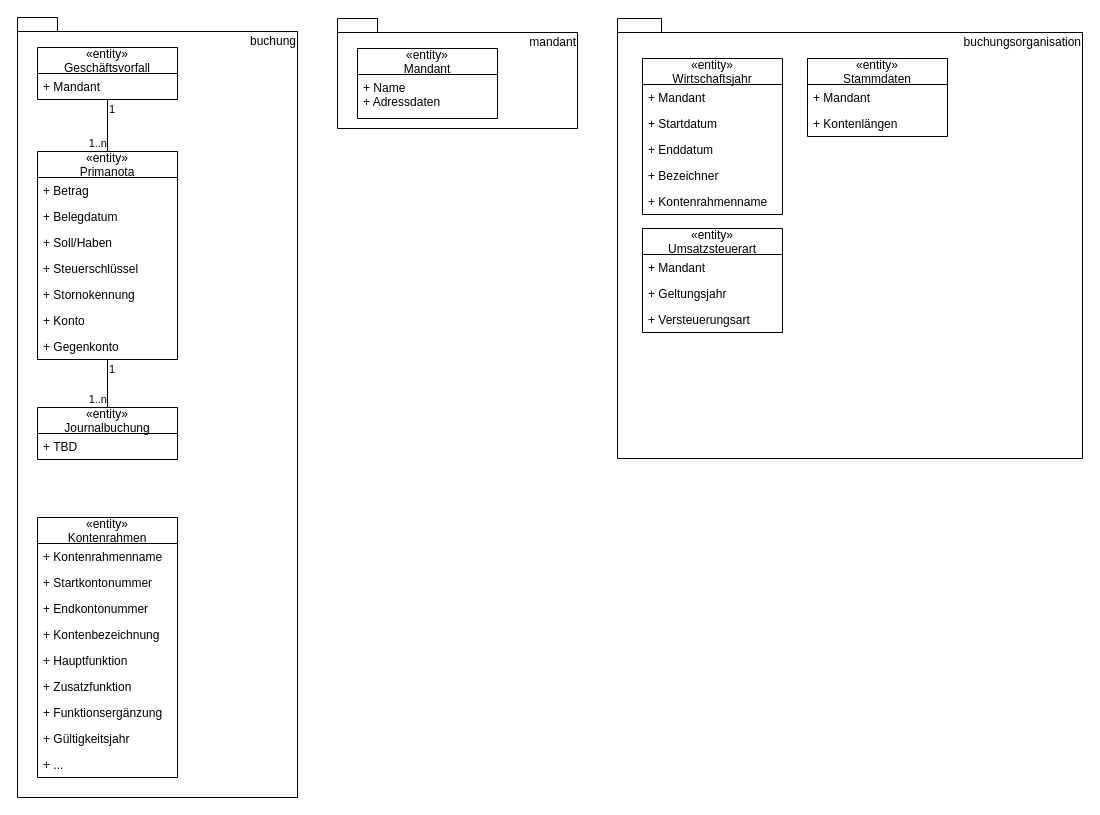
DirkPodolakEssquare/agenda keeps this draw.io diagram as page "Datenmodelle" (4 of 5) of architektur/Architektur.drawio. Above is the earlier version. Source tidied: cells renumbered, new cells numbered last; positions are measured from the earlier drawing's top-left corner, leaving out a move shared by most shapes. Both pictures are drawn from the tidied source at 100%, with x=0, y=0 at pixel (17, 17).
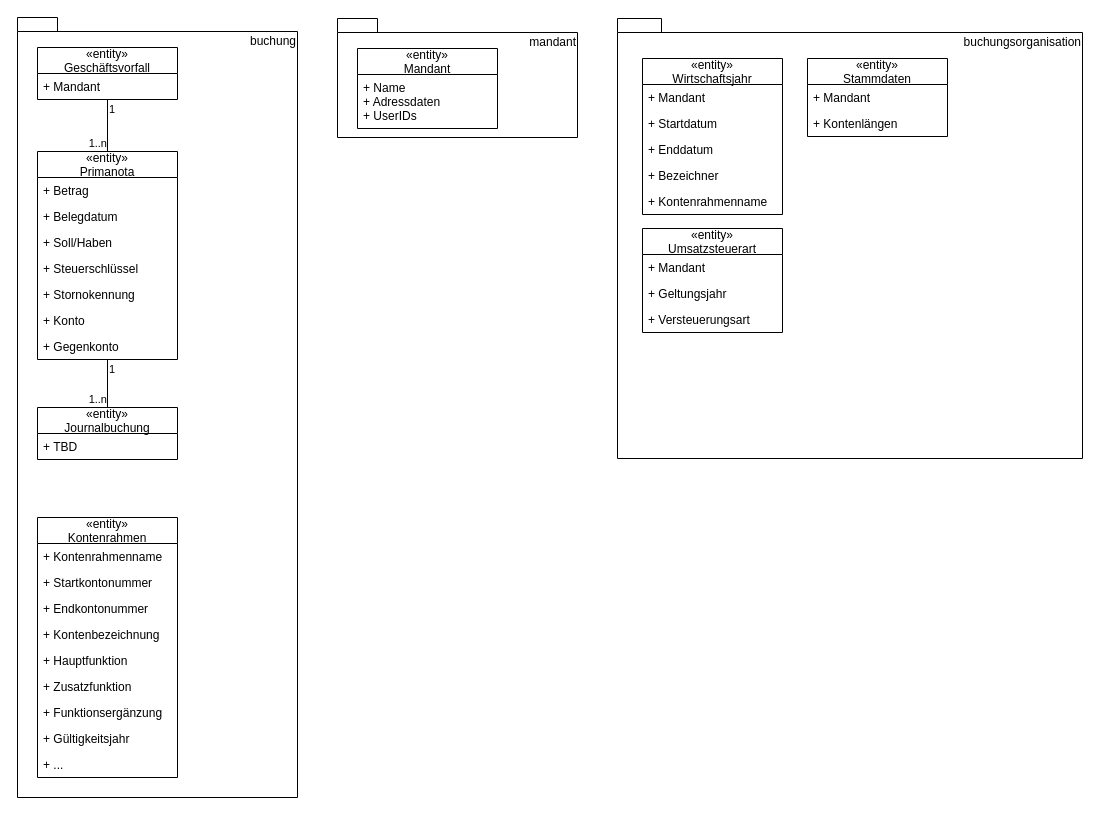
After the change.

Change to the diagram source:
```diff
@@
     <mxCell id="2" value="&lt;span style=&quot;font-weight: 400&quot;&gt;mandant&lt;br&gt;&lt;/span&gt;" style="shape=folder;fontStyle=1;spacingTop=10;tabWidth=40;tabHeight=14;tabPosition=left;html=1;align=right;verticalAlign=top;" parent="1" vertex="1">
-      <mxGeometry x="320" y="1" width="240" height="110" as="geometry" />
+      <mxGeometry x="320" y="1" width="240" height="119" as="geometry" />
     </mxCell>
     <mxCell id="3" value="«entity»&#10;Mandant" style="swimlane;fontStyle=0;horizontal=1;startSize=26;fillColor=none;" parent="1" vertex="1">
-      <mxGeometry x="340" y="31" width="140" height="70" as="geometry" />
+      <mxGeometry x="340" y="31" width="140" height="80" as="geometry" />
     </mxCell>
-    <mxCell id="4" value="+ Name&#10;+ Adressdaten" style="text;strokeColor=none;fillColor=none;align=left;verticalAlign=top;spacingLeft=4;spacingRight=4;overflow=hidden;" parent="3" vertex="1">
-      <mxGeometry y="26" width="140" height="44" as="geometry" />
+    <mxCell id="4" value="+ Name&#10;+ Adressdaten&#10;+ UserIDs" style="text;strokeColor=none;fillColor=none;align=left;verticalAlign=top;spacingLeft=4;spacingRight=4;overflow=hidden;" parent="3" vertex="1">
+      <mxGeometry y="26" width="140" height="54" as="geometry" />
     </mxCell>
```
